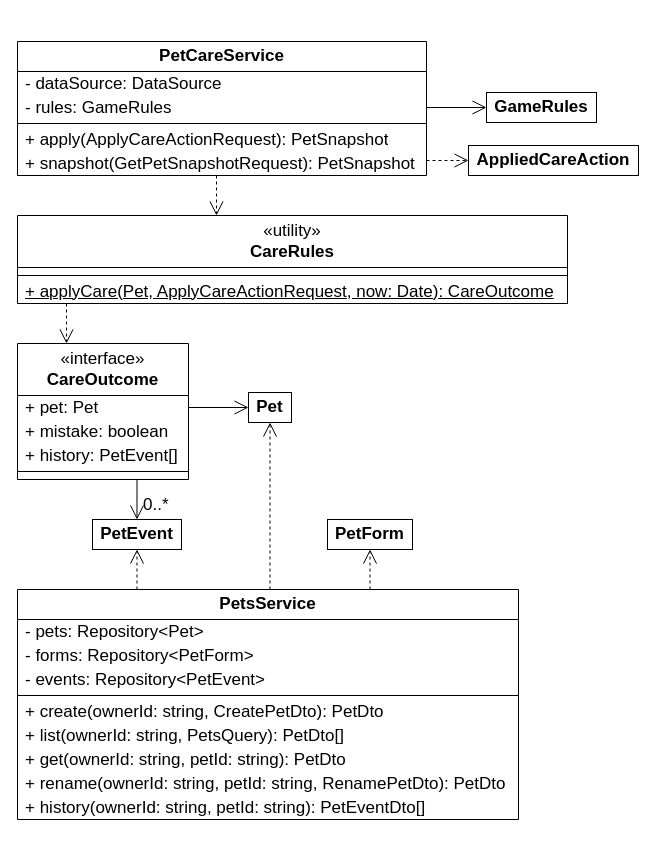
Shaherezada/tamagotchi keeps this draw.io diagram as page "Классы: pets-service – уход и питомцы игрока" (8 of 21) of docs/diagrams/Классы подробно.drawio. Above is the earlier version. Source tidied: cells renumbered, new cells numbered last; positions are measured from the earlier drawing's top-left corner, leaving out a move shared by most shapes. Both pictures are drawn from the tidied source at 100%, with x=0, y=0 at pixel (17, 41).
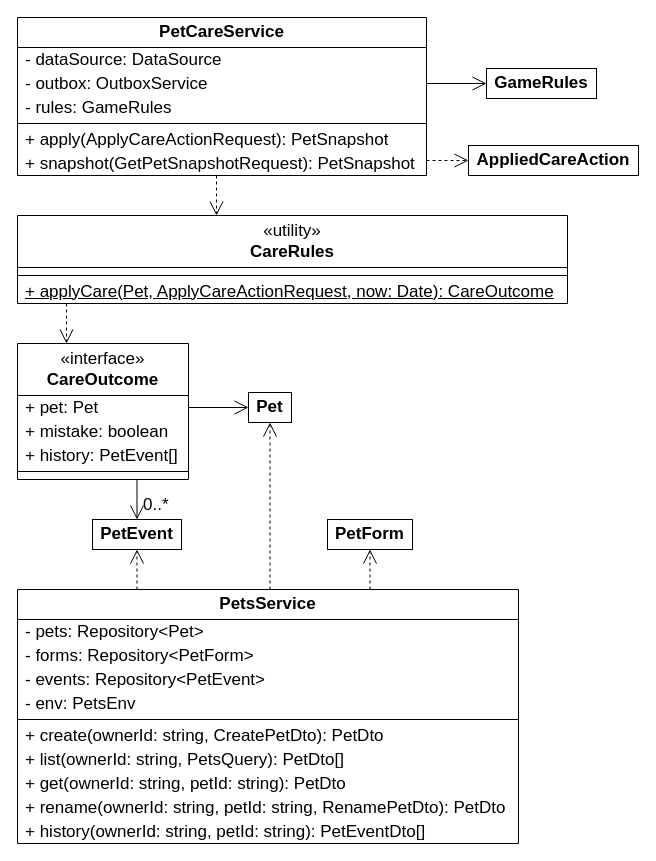
The same page after the edit.

The change refers to these unchanged cells:
```xml
<mxCell id="10" value="&lt;b&gt;AppliedCareAction&lt;/b&gt;" style="rounded=0;whiteSpace=wrap;html=1;fillColor=#FFFFFF;fontStyle=0;strokeColor=#000000;fontColor=#000000;fontFamily=Arial;fontSize=17;" parent="1" vertex="1">
  <mxGeometry x="451" y="104" width="170" height="30" as="geometry" />
</mxCell>
```

The edit, as a diff of the source:
```diff
@@
     <mxCell id="2" value="PetCareService" style="swimlane;fontStyle=1;align=center;verticalAlign=middle;horizontal=1;startSize=30;whiteSpace=wrap;html=1;fillColor=#FFFFFF;swimlaneFillColor=#FFFFFF;strokeColor=#000000;fontColor=#000000;fontFamily=Arial;fontSize=17;" parent="1" vertex="1">
-      <mxGeometry width="409" height="134" as="geometry" />
+      <mxGeometry y="-24" width="409" height="158" as="geometry" />
     </mxCell>
@@
-    <mxCell id="4" value="- rules: GameRules" style="text;strokeColor=none;fillColor=none;align=left;verticalAlign=middle;spacingLeft=6;spacingRight=4;overflow=hidden;whiteSpace=wrap;html=1;fontColor=#000000;fontFamily=Arial;fontSize=17;" parent="2" vertex="1">
+    <mxCell id="4" value="- outbox: OutboxService" style="text;strokeColor=none;fillColor=none;align=left;verticalAlign=middle;spacingLeft=6;spacingRight=4;overflow=hidden;whiteSpace=wrap;html=1;fontColor=#000000;fontFamily=Arial;fontSize=17;" parent="2" vertex="1">
       <mxGeometry y="54" width="409" height="24" as="geometry" />
     </mxCell>
+    <mxCell id="43" value="- rules: GameRules" style="text;strokeColor=none;fillColor=none;align=left;verticalAlign=middle;spacingLeft=6;spacingRight=4;overflow=hidden;whiteSpace=wrap;html=1;fontColor=#000000;fontFamily=Arial;fontSize=17;" parent="2" vertex="1">
+      <mxGeometry y="78" width="409" height="24" as="geometry" />
+    </mxCell>
     <mxCell id="5" style="line;strokeWidth=1;fillColor=none;align=left;verticalAlign=middle;spacingTop=-1;spacingLeft=3;spacingRight=3;labelPosition=right;strokeColor=#000000;" parent="2" vertex="1">
-      <mxGeometry y="78" width="409" height="8" as="geometry" />
+      <mxGeometry y="102" width="409" height="8" as="geometry" />
     </mxCell>
     <mxCell id="6" value="+ apply(ApplyCareActionRequest): PetSnapshot" style="text;strokeColor=none;fillColor=none;align=left;verticalAlign=middle;spacingLeft=6;spacingRight=4;overflow=hidden;whiteSpace=wrap;html=1;fontColor=#000000;fontFamily=Arial;fontSize=17;" parent="2" vertex="1">
-      <mxGeometry y="86" width="409" height="24" as="geometry" />
+      <mxGeometry y="110" width="409" height="24" as="geometry" />
     </mxCell>
     <mxCell id="7" value="+ snapshot(GetPetSnapshotRequest): PetSnapshot" style="text;strokeColor=none;fillColor=none;align=left;verticalAlign=middle;spacingLeft=6;spacingRight=4;overflow=hidden;whiteSpace=wrap;html=1;fontColor=#000000;fontFamily=Arial;fontSize=17;" parent="2" vertex="1">
-      <mxGeometry y="110" width="409" height="24" as="geometry" />
+      <mxGeometry y="134" width="409" height="24" as="geometry" />
     </mxCell>
     <mxCell id="8" value="&lt;b&gt;GameRules&lt;/b&gt;" style="rounded=0;whiteSpace=wrap;html=1;fillColor=#FFFFFF;fontStyle=0;strokeColor=#000000;fontColor=#000000;fontFamily=Arial;fontSize=17;" parent="1" vertex="1">
-      <mxGeometry x="469" y="51" width="110" height="30" as="geometry" />
+      <mxGeometry x="469" y="27" width="110" height="30" as="geometry" />
     </mxCell>
-    <mxCell id="9" style="html=1;rounded=0;edgeStyle=orthogonalEdgeStyle;strokeColor=#000000;fontColor=#000000;fontFamily=Arial;fontSize=17;endArrow=open;endSize=12;exitX=1.0000;exitY=0.4925;exitDx=0;exitDy=0;entryX=0.0000;entryY=0.5000;entryDx=0;entryDy=0;" parent="1" edge="1" source="2" target="8">
+    <mxCell id="9" style="html=1;rounded=0;edgeStyle=orthogonalEdgeStyle;strokeColor=#000000;fontColor=#000000;fontFamily=Arial;fontSize=17;endArrow=open;endSize=12;exitX=1.0000;exitY=0.4177;exitDx=0;exitDy=0;entryX=0.0000;entryY=0.5000;entryDx=0;entryDy=0;" parent="1" edge="1" source="2" target="8">
       <mxGeometry relative="1" as="geometry" />
     </mxCell>
@@
-    <mxCell id="11" style="html=1;rounded=0;edgeStyle=orthogonalEdgeStyle;strokeColor=#000000;fontColor=#000000;fontFamily=Arial;fontSize=17;endArrow=open;endSize=12;dashed=1;exitX=1.0000;exitY=0.8881;exitDx=0;exitDy=0;entryX=0.0000;entryY=0.5000;entryDx=0;entryDy=0;" parent="1" edge="1" source="2" target="10">
+    <mxCell id="11" style="html=1;rounded=0;edgeStyle=orthogonalEdgeStyle;strokeColor=#000000;fontColor=#000000;fontFamily=Arial;fontSize=17;endArrow=open;endSize=12;dashed=1;exitX=1.0000;exitY=0.9051;exitDx=0;exitDy=0;entryX=0.0000;entryY=0.5000;entryDx=0;entryDy=0;" parent="1" edge="1" source="2" target="10">
       <mxGeometry relative="1" as="geometry" />
     </mxCell>
@@
     <mxCell id="30" value="PetsService" style="swimlane;fontStyle=1;align=center;verticalAlign=middle;horizontal=1;startSize=30;whiteSpace=wrap;html=1;fillColor=#FFFFFF;swimlaneFillColor=#FFFFFF;strokeColor=#000000;fontColor=#000000;fontFamily=Arial;fontSize=17;" parent="1" vertex="1">
-      <mxGeometry y="548" width="501" height="230" as="geometry" />
+      <mxGeometry y="548" width="501" height="254" as="geometry" />
     </mxCell>
@@
+    <mxCell id="44" value="- env: PetsEnv" style="text;strokeColor=none;fillColor=none;align=left;verticalAlign=middle;spacingLeft=6;spacingRight=4;overflow=hidden;whiteSpace=wrap;html=1;fontColor=#000000;fontFamily=Arial;fontSize=17;" parent="30" vertex="1">
+      <mxGeometry y="102" width="501" height="24" as="geometry" />
+    </mxCell>
     <mxCell id="34" style="line;strokeWidth=1;fillColor=none;align=left;verticalAlign=middle;spacingTop=-1;spacingLeft=3;spacingRight=3;labelPosition=right;strokeColor=#000000;" parent="30" vertex="1">
-      <mxGeometry y="102" width="501" height="8" as="geometry" />
+      <mxGeometry y="126" width="501" height="8" as="geometry" />
     </mxCell>
     <mxCell id="35" value="+ create(ownerId: string, CreatePetDto): PetDto" style="text;strokeColor=none;fillColor=none;align=left;verticalAlign=middle;spacingLeft=6;spacingRight=4;overflow=hidden;whiteSpace=wrap;html=1;fontColor=#000000;fontFamily=Arial;fontSize=17;" parent="30" vertex="1">
-      <mxGeometry y="110" width="501" height="24" as="geometry" />
+      <mxGeometry y="134" width="501" height="24" as="geometry" />
     </mxCell>
     <mxCell id="36" value="+ list(ownerId: string, PetsQuery): PetDto[]" style="text;strokeColor=none;fillColor=none;align=left;verticalAlign=middle;spacingLeft=6;spacingRight=4;overflow=hidden;whiteSpace=wrap;html=1;fontColor=#000000;fontFamily=Arial;fontSize=17;" parent="30" vertex="1">
-      <mxGeometry y="134" width="501" height="24" as="geometry" />
+      <mxGeometry y="158" width="501" height="24" as="geometry" />
     </mxCell>
     <mxCell id="37" value="+ get(ownerId: string, petId: string): PetDto" style="text;strokeColor=none;fillColor=none;align=left;verticalAlign=middle;spacingLeft=6;spacingRight=4;overflow=hidden;whiteSpace=wrap;html=1;fontColor=#000000;fontFamily=Arial;fontSize=17;" parent="30" vertex="1">
-      <mxGeometry y="158" width="501" height="24" as="geometry" />
+      <mxGeometry y="182" width="501" height="24" as="geometry" />
     </mxCell>
     <mxCell id="38" value="+ rename(ownerId: string, petId: string, RenamePetDto): PetDto" style="text;strokeColor=none;fillColor=none;align=left;verticalAlign=middle;spacingLeft=6;spacingRight=4;overflow=hidden;whiteSpace=wrap;html=1;fontColor=#000000;fontFamily=Arial;fontSize=17;" parent="30" vertex="1">
-      <mxGeometry y="182" width="501" height="24" as="geometry" />
+      <mxGeometry y="206" width="501" height="24" as="geometry" />
     </mxCell>
     <mxCell id="39" value="+ history(ownerId: string, petId: string): PetEventDto[]" style="text;strokeColor=none;fillColor=none;align=left;verticalAlign=middle;spacingLeft=6;spacingRight=4;overflow=hidden;whiteSpace=wrap;html=1;fontColor=#000000;fontFamily=Arial;fontSize=17;" parent="30" vertex="1">
-      <mxGeometry y="206" width="501" height="24" as="geometry" />
+      <mxGeometry y="230" width="501" height="24" as="geometry" />
     </mxCell>
```
